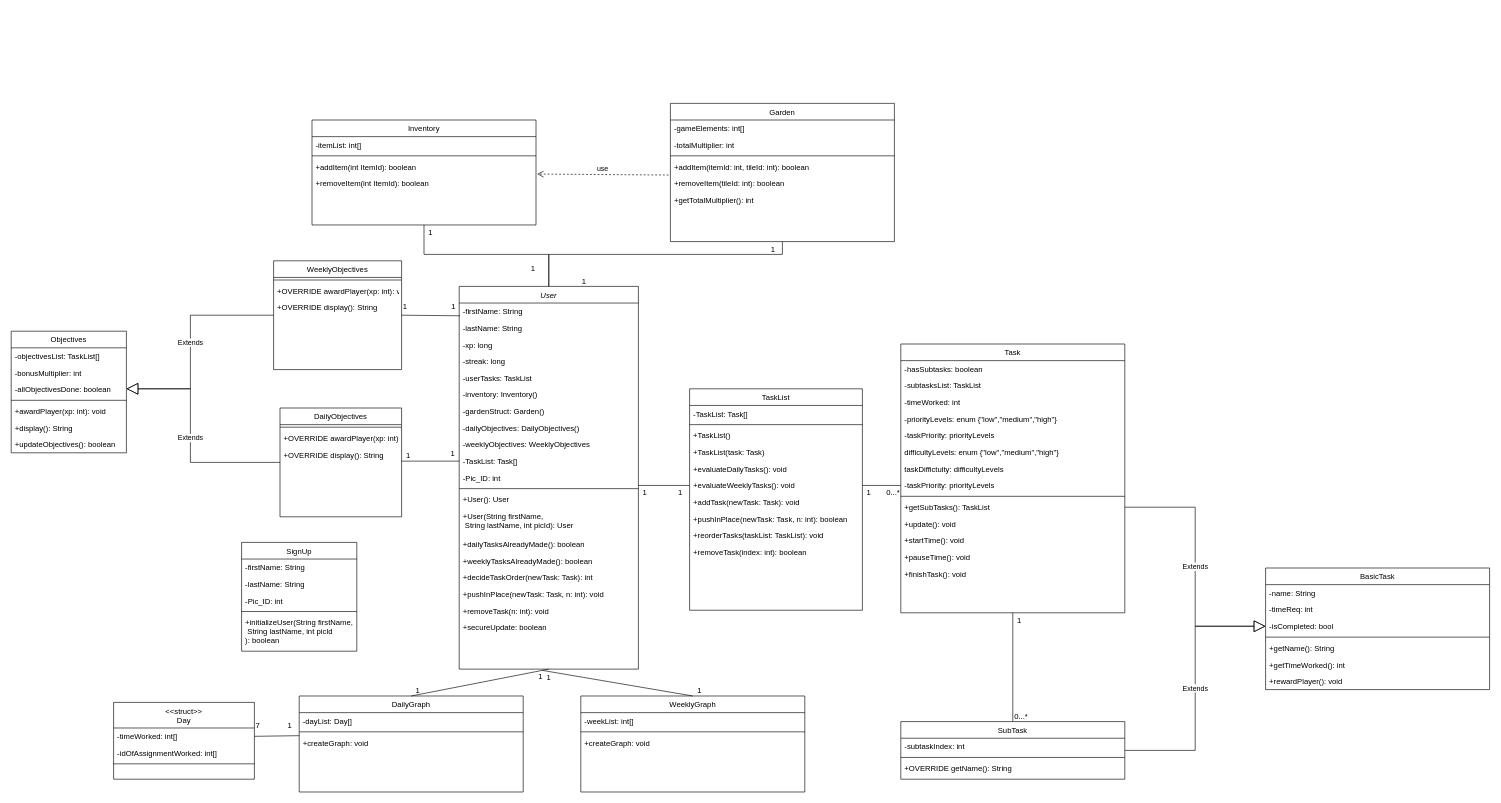
The draw.io diagram ClassDiagram.drawio in lwright249/ThinkItThru, before the edit. Source tidied: cells renumbered, new cells numbered last; positions are measured from the earlier drawing's top-left corner, leaving out a move shared by most shapes. Both pictures are drawn from the tidied source at 64%, with x=0, y=0 at pixel (11, 103).
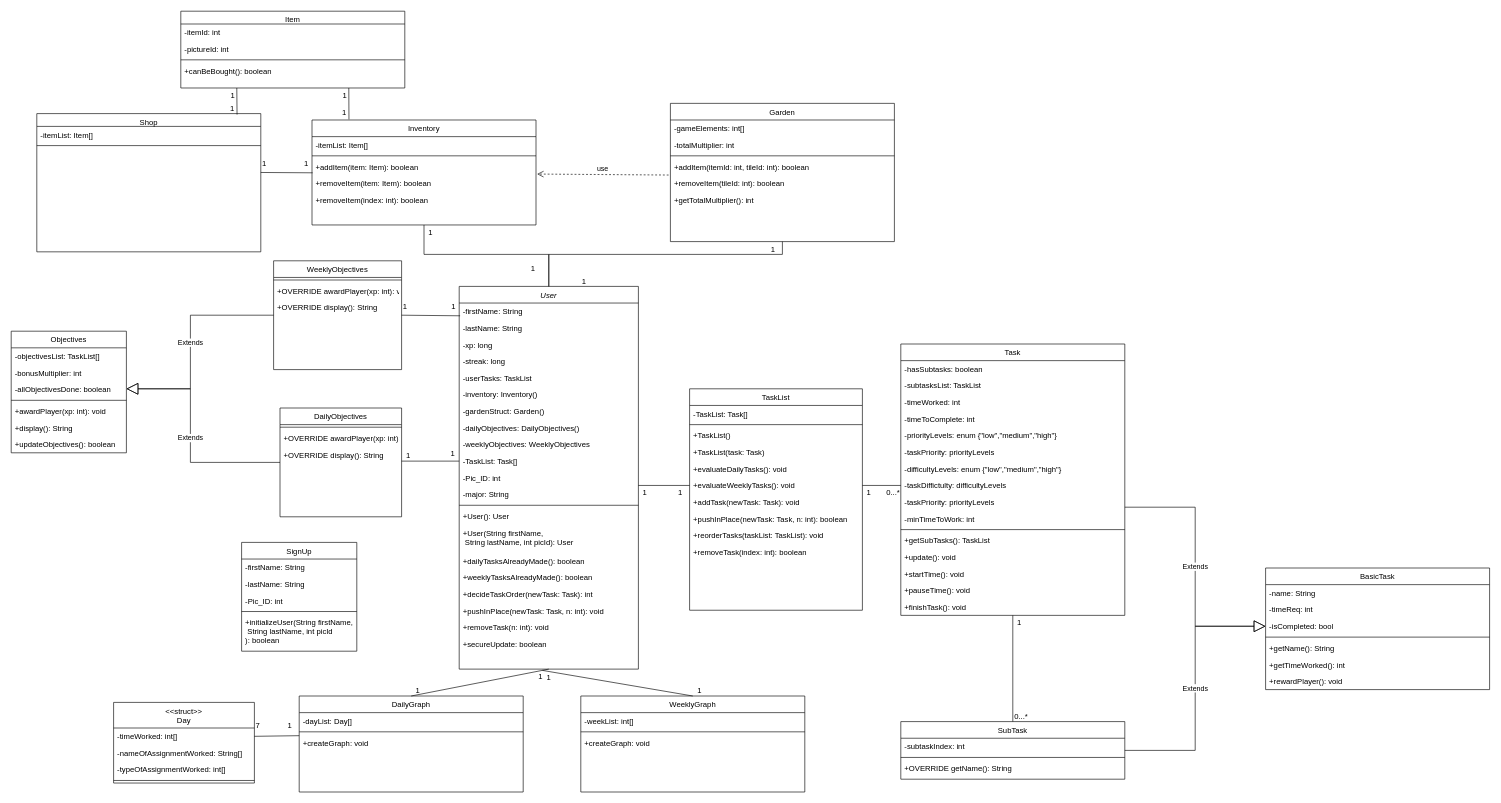
After the change.

Commit message:
another ClassDiagram update

The change refers to these unchanged cells:
```xml
<mxCell id="2" value="User" style="swimlane;fontStyle=2;align=center;verticalAlign=top;horizontal=1;startSize=26;rounded=0;shadow=0;strokeWidth=1;" parent="1" vertex="1">
  <mxGeometry x="700" y="286" width="280" height="598" as="geometry" />
</mxCell>
<mxCell id="27" value="-isCompleted: bool" style="text;align=left;verticalAlign=top;spacingLeft=4;spacingRight=4;overflow=hidden;points=[[0,0.5],[1,0.5]];portConstraint=eastwest;" parent="24" vertex="1">
  <mxGeometry y="78" width="350" height="26" as="geometry" />
</mxCell>
<mxCell id="44" value="+evaluateWeeklyTasks(): void" style="text;align=left;verticalAlign=top;spacingLeft=4;spacingRight=4;overflow=hidden;points=[[0,0.5],[1,0.5]];portConstraint=eastwest;" parent="38" vertex="1">
  <mxGeometry y="138" width="270" height="26" as="geometry" />
</mxCell>
<mxCell id="73" value="Inventory" style="swimlane;fontStyle=0;align=center;verticalAlign=top;horizontal=1;startSize=26;rounded=0;shadow=0;strokeWidth=1;" parent="1" vertex="1">
  <mxGeometry x="470" y="26" width="350" height="164" as="geometry" />
</mxCell>
```

What changed in the source:
```diff
@@
+    <mxCell id="143" value="-major: String" style="text;align=left;verticalAlign=top;spacingLeft=4;spacingRight=4;overflow=hidden;" parent="2" vertex="1">
+      <mxGeometry y="312" width="280" height="26" as="geometry" />
+    </mxCell>
     <mxCell id="15" style="line;html=1;strokeWidth=1;align=left;verticalAlign=middle;spacingTop=-1;spacingLeft=3;spacingRight=3;labelPosition=right;" parent="2" vertex="1">
-      <mxGeometry y="312" width="280" height="8" as="geometry" />
+      <mxGeometry y="338" width="280" height="8" as="geometry" />
     </mxCell>
     <mxCell id="16" value="+User(): User" style="text;align=left;verticalAlign=top;spacingLeft=4;spacingRight=4;overflow=hidden;" parent="2" vertex="1">
-      <mxGeometry y="320" width="280" height="26" as="geometry" />
+      <mxGeometry y="346" width="280" height="26" as="geometry" />
     </mxCell>
     <mxCell id="17" value="+User(String firstName,&#10; String lastName, int picId): User" style="text;align=left;verticalAlign=top;spacingLeft=4;spacingRight=4;overflow=hidden;" parent="2" vertex="1">
-      <mxGeometry y="346" width="280" height="44" as="geometry" />
+      <mxGeometry y="372" width="280" height="44" as="geometry" />
     </mxCell>
     <mxCell id="18" value="+dailyTasksAlreadyMade(): boolean" style="text;align=left;verticalAlign=top;spacingLeft=4;spacingRight=4;overflow=hidden;" parent="2" vertex="1">
-      <mxGeometry y="390" width="280" height="26" as="geometry" />
+      <mxGeometry y="416" width="280" height="26" as="geometry" />
     </mxCell>
     <mxCell id="19" value="+weeklyTasksAlreadyMade(): boolean" style="text;align=left;verticalAlign=top;spacingLeft=4;spacingRight=4;overflow=hidden;" parent="2" vertex="1">
-      <mxGeometry y="416" width="280" height="26" as="geometry" />
+      <mxGeometry y="442" width="280" height="26" as="geometry" />
     </mxCell>
     <mxCell id="20" value="+decideTaskOrder(newTask: Task): int" style="text;align=left;verticalAlign=top;spacingLeft=4;spacingRight=4;overflow=hidden;" parent="2" vertex="1">
-      <mxGeometry y="442" width="280" height="26" as="geometry" />
+      <mxGeometry y="468" width="280" height="26" as="geometry" />
     </mxCell>
     <mxCell id="21" value="+pushInPlace(newTask: Task, n: int): void" style="text;align=left;verticalAlign=top;spacingLeft=4;spacingRight=4;overflow=hidden;" parent="2" vertex="1">
-      <mxGeometry y="468" width="280" height="26" as="geometry" />
+      <mxGeometry y="494" width="280" height="26" as="geometry" />
     </mxCell>
     <mxCell id="22" value="+removeTask(n: int): void" style="text;align=left;verticalAlign=top;spacingLeft=4;spacingRight=4;overflow=hidden;" parent="2" vertex="1">
-      <mxGeometry y="494" width="280" height="26" as="geometry" />
+      <mxGeometry y="520" width="280" height="26" as="geometry" />
     </mxCell>
     <mxCell id="23" value="+secureUpdate: boolean" style="text;align=left;verticalAlign=top;spacingLeft=4;spacingRight=4;overflow=hidden;" parent="2" vertex="1">
-      <mxGeometry y="520" width="280" height="26" as="geometry" />
+      <mxGeometry y="546" width="280" height="26" as="geometry" />
     </mxCell>
@@
     <mxCell id="49" value="Task" style="swimlane;fontStyle=0;align=center;verticalAlign=top;horizontal=1;startSize=26;rounded=0;shadow=0;strokeWidth=1;" parent="1" vertex="1">
-      <mxGeometry x="1390" y="376" width="350" height="420" as="geometry" />
+      <mxGeometry x="1390" y="376" width="350" height="424" as="geometry" />
     </mxCell>
@@
+    <mxCell id="144" value="-timeToComplete: int" style="text;align=left;verticalAlign=top;spacingLeft=4;spacingRight=4;overflow=hidden;" parent="49" vertex="1">
+      <mxGeometry y="104" width="350" height="26" as="geometry" />
+    </mxCell>
     <mxCell id="53" value="-priorityLevels: enum {&quot;low&quot;,&quot;medium&quot;,&quot;high&quot;}" style="text;align=left;verticalAlign=top;spacingLeft=4;spacingRight=4;overflow=hidden;" parent="49" vertex="1">
-      <mxGeometry y="104" width="350" height="26" as="geometry" />
+      <mxGeometry y="130" width="350" height="26" as="geometry" />
     </mxCell>
     <mxCell id="54" value="-taskPriority: priorityLevels" style="text;align=left;verticalAlign=top;spacingLeft=4;spacingRight=4;overflow=hidden;" parent="49" vertex="1">
-      <mxGeometry y="130" width="350" height="26" as="geometry" />
+      <mxGeometry y="156" width="350" height="26" as="geometry" />
     </mxCell>
-    <mxCell id="55" value="difficultyLevels: enum {&quot;low&quot;,&quot;medium&quot;,&quot;high&quot;}" style="text;align=left;verticalAlign=top;spacingLeft=4;spacingRight=4;overflow=hidden;" parent="49" vertex="1">
-      <mxGeometry y="156" width="350" height="26" as="geometry" />
+    <mxCell id="55" value="-difficultyLevels: enum {&quot;low&quot;,&quot;medium&quot;,&quot;high&quot;}" style="text;align=left;verticalAlign=top;spacingLeft=4;spacingRight=4;overflow=hidden;" parent="49" vertex="1">
+      <mxGeometry y="182" width="350" height="26" as="geometry" />
     </mxCell>
-    <mxCell id="56" value="taskDiffictulty: difficultyLevels" style="text;align=left;verticalAlign=top;spacingLeft=4;spacingRight=4;overflow=hidden;points=[[0,0.5],[1,0.5]];portConstraint=eastwest;" parent="49" vertex="1">
-      <mxGeometry y="182" width="350" height="26" as="geometry" />
+    <mxCell id="56" value="-taskDiffictulty: difficultyLevels" style="text;align=left;verticalAlign=top;spacingLeft=4;spacingRight=4;overflow=hidden;points=[[0,0.5],[1,0.5]];portConstraint=eastwest;" parent="49" vertex="1">
+      <mxGeometry y="208" width="350" height="26" as="geometry" />
     </mxCell>
     <mxCell id="57" value="-taskPriority: priorityLevels" style="text;align=left;verticalAlign=top;spacingLeft=4;spacingRight=4;overflow=hidden;points=[[0,0.5],[1,0.5]];portConstraint=eastwest;" parent="49" vertex="1">
-      <mxGeometry y="208" width="350" height="26" as="geometry" />
+      <mxGeometry y="234" width="350" height="26" as="geometry" />
     </mxCell>
+    <mxCell id="145" value="-minTimeToWork: int" style="text;align=left;verticalAlign=top;spacingLeft=4;spacingRight=4;overflow=hidden;" parent="49" vertex="1">
+      <mxGeometry y="260" width="350" height="26" as="geometry" />
+    </mxCell>
     <mxCell id="58" style="line;html=1;strokeWidth=1;align=left;verticalAlign=middle;spacingTop=-1;spacingLeft=3;spacingRight=3;labelPosition=right;" parent="49" vertex="1">
-      <mxGeometry y="234" width="350" height="8" as="geometry" />
+      <mxGeometry y="286" width="350" height="8" as="geometry" />
     </mxCell>
     <mxCell id="59" value="+getSubTasks(): TaskList" style="text;align=left;verticalAlign=top;spacingLeft=4;spacingRight=4;overflow=hidden;points=[[0,0.5],[1,0.5]];portConstraint=eastwest;" parent="49" vertex="1">
-      <mxGeometry y="242" width="350" height="26" as="geometry" />
+      <mxGeometry y="294" width="350" height="26" as="geometry" />
     </mxCell>
     <mxCell id="60" value="+update(): void" style="text;align=left;verticalAlign=top;spacingLeft=4;spacingRight=4;overflow=hidden;" parent="49" vertex="1">
-      <mxGeometry y="268" width="350" height="26" as="geometry" />
+      <mxGeometry y="320" width="350" height="26" as="geometry" />
     </mxCell>
     <mxCell id="61" value="+startTime(): void" style="text;align=left;verticalAlign=top;spacingLeft=4;spacingRight=4;overflow=hidden;" parent="49" vertex="1">
-      <mxGeometry y="294" width="350" height="26" as="geometry" />
+      <mxGeometry y="346" width="350" height="26" as="geometry" />
     </mxCell>
     <mxCell id="62" value="+pauseTime(): void" style="text;align=left;verticalAlign=top;spacingLeft=4;spacingRight=4;overflow=hidden;" parent="49" vertex="1">
-      <mxGeometry y="320" width="350" height="26" as="geometry" />
+      <mxGeometry y="372" width="350" height="26" as="geometry" />
     </mxCell>
     <mxCell id="63" value="+finishTask(): void" style="text;align=left;verticalAlign=top;spacingLeft=4;spacingRight=4;overflow=hidden;" parent="49" vertex="1">
-      <mxGeometry y="346" width="350" height="26" as="geometry" />
+      <mxGeometry y="398" width="350" height="26" as="geometry" />
     </mxCell>
-    <mxCell id="64" value="Extends" style="endArrow=block;endSize=16;endFill=0;html=1;rounded=0;entryX=0;entryY=0.5;entryDx=0;entryDy=0;" parent="1" edge="1" source="59" target="27">
+    <mxCell id="64" value="Extends" style="endArrow=block;endSize=16;endFill=0;html=1;rounded=0;entryX=0;entryY=0.5;entryDx=0;entryDy=0;" parent="1" edge="1" target="27">
       <mxGeometry relative="1" as="geometry">
+        <mxPoint x="1740" y="631" as="sourcePoint" />
         <Array as="points">
           <mxPoint x="1850" y="631" />
           <mxPoint x="1850" y="817" />
         </Array>
       </mxGeometry>
     </mxCell>
@@
-    <mxCell id="74" value="-itemList: int[]" style="text;align=left;verticalAlign=top;spacingLeft=4;spacingRight=4;overflow=hidden;" parent="73" vertex="1">
+    <mxCell id="74" value="-itemList: Item[]" style="text;align=left;verticalAlign=top;spacingLeft=4;spacingRight=4;overflow=hidden;" parent="73" vertex="1">
       <mxGeometry y="26" width="350" height="26" as="geometry" />
     </mxCell>
@@
-    <mxCell id="76" value="+addItem(int ItemId): boolean" style="text;align=left;verticalAlign=top;spacingLeft=4;spacingRight=4;overflow=hidden;points=[[0,0.5],[1,0.5]];portConstraint=eastwest;" parent="73" vertex="1">
+    <mxCell id="76" value="+addItem(item: Item): boolean" style="text;align=left;verticalAlign=top;spacingLeft=4;spacingRight=4;overflow=hidden;points=[[0,0.5],[1,0.5]];portConstraint=eastwest;" parent="73" vertex="1">
       <mxGeometry y="60" width="350" height="26" as="geometry" />
     </mxCell>
-    <mxCell id="77" value="+removeItem(int ItemId): boolean" style="text;align=left;verticalAlign=top;spacingLeft=4;spacingRight=4;overflow=hidden;" parent="73" vertex="1">
+    <mxCell id="77" value="+removeItem(item: Item): boolean" style="text;align=left;verticalAlign=top;spacingLeft=4;spacingRight=4;overflow=hidden;" parent="73" vertex="1">
       <mxGeometry y="86" width="350" height="26" as="geometry" />
     </mxCell>
+    <mxCell id="146" value="+removeItem(index: int): boolean" style="text;align=left;verticalAlign=top;spacingLeft=4;spacingRight=4;overflow=hidden;" parent="73" vertex="1">
+      <mxGeometry y="112" width="350" height="26" as="geometry" />
+    </mxCell>
@@
-    <mxCell id="99" style="endArrow=none;html=1;rounded=0;exitX=1;exitY=0.5;exitDx=0;exitDy=0;entryX=0;entryY=0.5;entryDx=0;entryDy=0;" parent="1" edge="1" source="44" target="57">
+    <mxCell id="99" style="endArrow=none;html=1;rounded=0;exitX=1;exitY=0.5;exitDx=0;exitDy=0;entryX=0;entryY=0.5;entryDx=0;entryDy=0;" parent="1" edge="1" source="44" target="56">
       <mxGeometry relative="1" as="geometry" />
     </mxCell>
@@
     <mxCell id="108" value="&lt;&lt;struct&gt;&gt;&#10;Day" style="swimlane;fontStyle=0;align=center;verticalAlign=top;horizontal=1;startSize=40;rounded=0;shadow=0;strokeWidth=1;" parent="1" vertex="1">
-      <mxGeometry x="160" y="936" width="220" height="120" as="geometry" />
+      <mxGeometry x="160" y="936" width="220" height="126" as="geometry" />
     </mxCell>
@@
-    <mxCell id="110" value="-idOfAssignmentWorked: int[]" style="text;align=left;verticalAlign=top;spacingLeft=4;spacingRight=4;overflow=hidden;" parent="108" vertex="1">
+    <mxCell id="110" value="-nameOfAssignmentWorked: String[]" style="text;align=left;verticalAlign=top;spacingLeft=4;spacingRight=4;overflow=hidden;" parent="108" vertex="1">
       <mxGeometry y="66" width="220" height="26" as="geometry" />
     </mxCell>
+    <mxCell id="147" value="-typeOfAssignmentWorked: int[]" style="text;align=left;verticalAlign=top;spacingLeft=4;spacingRight=4;overflow=hidden;" parent="108" vertex="1">
+      <mxGeometry y="92" width="220" height="26" as="geometry" />
+    </mxCell>
     <mxCell id="111" style="line;html=1;strokeWidth=1;align=left;verticalAlign=middle;spacingTop=-1;spacingLeft=3;spacingRight=3;labelPosition=right;" parent="108" vertex="1">
-      <mxGeometry y="92" width="220" height="8" as="geometry" />
+      <mxGeometry y="118" width="220" height="8" as="geometry" />
     </mxCell>
@@
+    <mxCell id="148" value="Shop" style="swimlane;fontStyle=0;align=center;verticalAlign=top;horizontal=1;startSize=20;rounded=0;shadow=0;strokeWidth=1;" parent="1" vertex="1">
+      <mxGeometry x="40" y="16" width="350" height="216" as="geometry" />
+    </mxCell>
+    <mxCell id="149" value="-itemList: Item[]" style="text;align=left;verticalAlign=top;spacingLeft=4;spacingRight=4;overflow=hidden;" parent="148" vertex="1">
+      <mxGeometry y="20" width="350" height="26" as="geometry" />
+    </mxCell>
+    <mxCell id="150" style="line;html=1;strokeWidth=1;align=left;verticalAlign=middle;spacingTop=-1;spacingLeft=3;spacingRight=3;labelPosition=right;" parent="148" vertex="1">
+      <mxGeometry y="46" width="350" height="8" as="geometry" />
+    </mxCell>
+    <mxCell id="151" style="endArrow=none;html=1;rounded=0;exitX=0.005;exitY=0.766;exitDx=0;exitDy=0;exitPerimeter=0;" parent="1" edge="1">
+      <mxGeometry relative="1" as="geometry">
+        <mxPoint x="471" y="108.5" as="sourcePoint" />
+        <mxPoint x="390" y="108" as="targetPoint" />
+      </mxGeometry>
+    </mxCell>
+    <mxCell id="152" value="1" style="html=1;whiteSpace=wrap;align=left;verticalAlign=bottom;" parent="151" vertex="1">
+      <mxGeometry x="-1" relative="1" as="geometry">
+        <mxPoint x="-15" y="-6" as="offset" />
+      </mxGeometry>
+    </mxCell>
+    <mxCell id="153" value="1" style="html=1;whiteSpace=wrap;align=right;verticalAlign=bottom;" parent="151" vertex="1">
+      <mxGeometry x="1" relative="1" as="geometry">
+        <mxPoint x="10" y="-5" as="offset" />
+      </mxGeometry>
+    </mxCell>
+    <mxCell id="154" style="endArrow=none;html=1;rounded=0;entryX=0.894;entryY=0.007;entryDx=0;entryDy=0;entryPerimeter=0;exitX=0.25;exitY=1;exitDx=0;exitDy=0;" parent="1" edge="1" source="157" target="148">
+      <mxGeometry relative="1" as="geometry" />
+    </mxCell>
+    <mxCell id="155" value="1" style="html=1;whiteSpace=wrap;align=left;verticalAlign=bottom;" parent="154" vertex="1">
+      <mxGeometry x="-1" relative="1" as="geometry">
+        <mxPoint x="-12" y="20" as="offset" />
+      </mxGeometry>
+    </mxCell>
+    <mxCell id="156" value="1" style="html=1;whiteSpace=wrap;align=right;verticalAlign=bottom;" parent="154" vertex="1">
+      <mxGeometry x="1" relative="1" as="geometry">
+        <mxPoint x="-3" y="-2" as="offset" />
+      </mxGeometry>
+    </mxCell>
+    <mxCell id="157" value="Item" style="swimlane;fontStyle=0;align=center;verticalAlign=top;horizontal=1;startSize=20;rounded=0;shadow=0;strokeWidth=1;" parent="1" vertex="1">
+      <mxGeometry x="265" y="-144" width="350" height="120" as="geometry" />
+    </mxCell>
+    <mxCell id="158" value="-itemId: int" style="text;align=left;verticalAlign=top;spacingLeft=4;spacingRight=4;overflow=hidden;" parent="157" vertex="1">
+      <mxGeometry y="20" width="350" height="26" as="geometry" />
+    </mxCell>
+    <mxCell id="159" value="-pictureId: int" style="text;align=left;verticalAlign=top;spacingLeft=4;spacingRight=4;overflow=hidden;" parent="157" vertex="1">
+      <mxGeometry y="46" width="350" height="26" as="geometry" />
+    </mxCell>
+    <mxCell id="160" style="line;html=1;strokeWidth=1;align=left;verticalAlign=middle;spacingTop=-1;spacingLeft=3;spacingRight=3;labelPosition=right;" parent="157" vertex="1">
+      <mxGeometry y="72" width="350" height="8" as="geometry" />
+    </mxCell>
+    <mxCell id="161" value="+canBeBought(): boolean" style="text;align=left;verticalAlign=top;spacingLeft=4;spacingRight=4;overflow=hidden;" parent="157" vertex="1">
+      <mxGeometry y="80" width="350" height="26" as="geometry" />
+    </mxCell>
+    <mxCell id="162" style="endArrow=none;html=1;rounded=0;entryX=0.165;entryY=-0.006;entryDx=0;entryDy=0;entryPerimeter=0;exitX=0.75;exitY=1;exitDx=0;exitDy=0;" parent="1" edge="1" source="157" target="73">
+      <mxGeometry relative="1" as="geometry" />
+    </mxCell>
+    <mxCell id="163" value="1" style="html=1;whiteSpace=wrap;align=left;verticalAlign=bottom;" parent="162" vertex="1">
+      <mxGeometry x="-1" relative="1" as="geometry">
+        <mxPoint x="-12" y="20" as="offset" />
+      </mxGeometry>
+    </mxCell>
+    <mxCell id="164" value="1" style="html=1;whiteSpace=wrap;align=right;verticalAlign=bottom;" parent="162" vertex="1">
+      <mxGeometry x="1" relative="1" as="geometry">
+        <mxPoint x="-3" y="-2" as="offset" />
+      </mxGeometry>
+    </mxCell>
```
